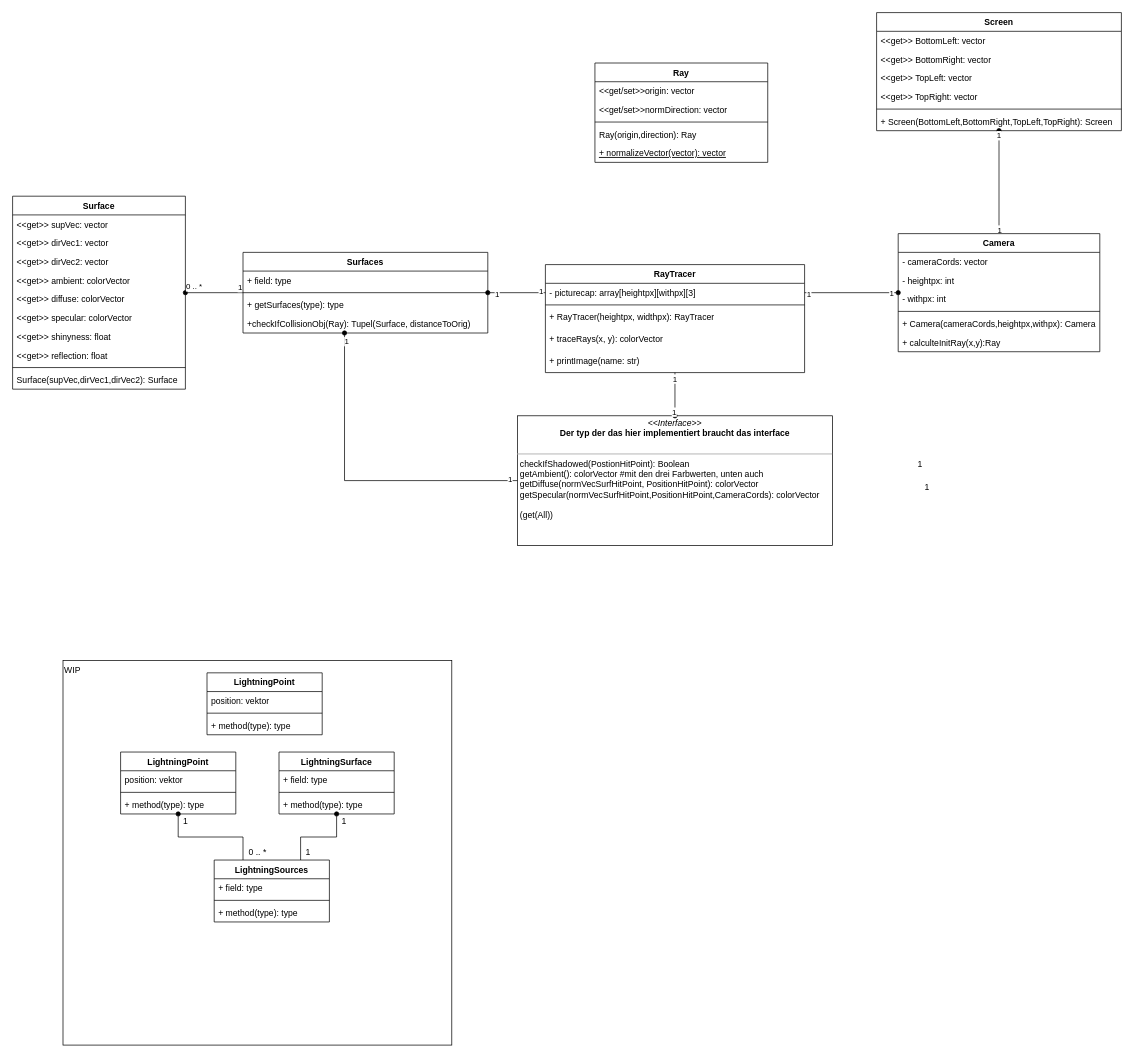
Above: rayclasses.drawio in FreshMax9000/RayTrace (draw.io), before the change. Source tidied: cells renumbered, new cells numbered last; positions are measured from the earlier drawing's top-left corner, leaving out a move shared by most shapes. Both pictures are drawn from the tidied source at 72%, with x=0, y=0 at pixel (12, 12).
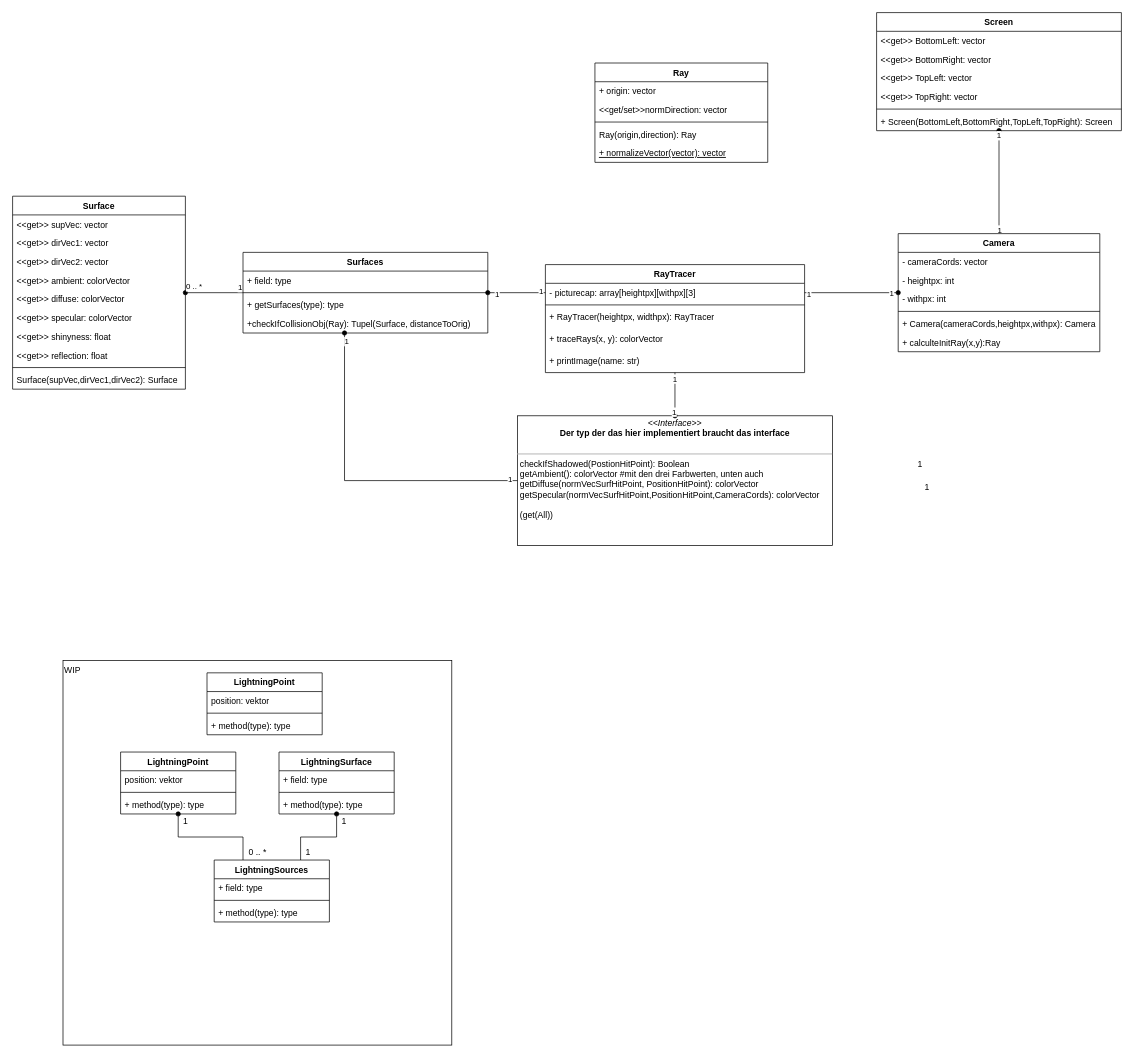
The same diagram, later.

Unchanged cells that the change refers to:
```xml
<mxCell id="17" value="Ray" style="swimlane;fontStyle=1;align=center;verticalAlign=top;horizontal=1;startSize=26;" parent="1" vertex="1">
  <mxGeometry x="808.8" y="70" width="240" height="138" as="geometry" />
</mxCell>
```

The edit, as a diff of the source:
```diff
@@
-    <mxCell id="18" value="&lt;&lt;get/set&gt;&gt;origin: vector&#10;" style="text;strokeColor=none;fillColor=none;align=left;verticalAlign=top;spacingLeft=4;spacingRight=4;overflow=hidden;" parent="17" vertex="1">
+    <mxCell id="18" value="+ origin: vector&#10;" style="text;strokeColor=none;fillColor=none;align=left;verticalAlign=top;spacingLeft=4;spacingRight=4;overflow=hidden;" parent="17" vertex="1">
       <mxGeometry y="26" width="240" height="26" as="geometry" />
     </mxCell>
```
